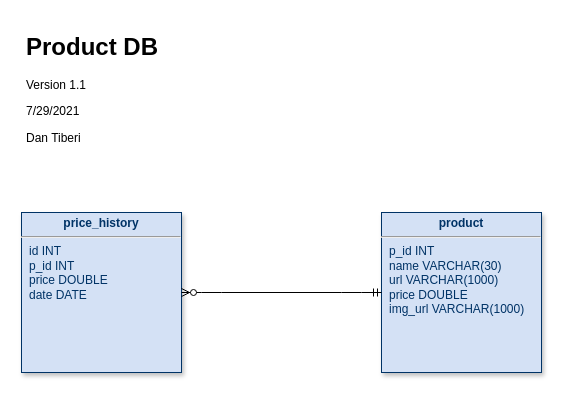
Above: ProductDBDiagram.drawio in dantiberi/SWR (draw.io), before the change. Source tidied: cells renumbered, new cells numbered last; positions are measured from the earlier drawing's top-left corner, leaving out a move shared by most shapes. Both pictures are drawn from the tidied source at 100%, with x=0, y=0 at pixel (21, 27).
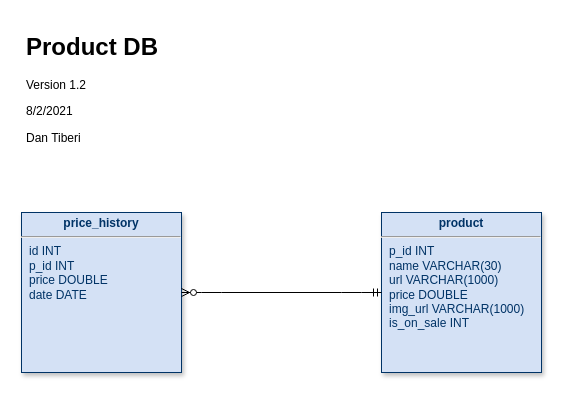
After the change.

The edit, as a diff of the source:
```diff
@@
 <mxGraphModel>
   <root>
     <mxCell id="0" />
     <mxCell id="1" parent="0" />
-    <mxCell id="2" value="&lt;p style=&quot;margin: 4px 0px 0px ; text-align: center&quot;&gt;&lt;b&gt;product&lt;/b&gt;&lt;/p&gt;&lt;hr&gt;&lt;p style=&quot;margin: 0px ; margin-left: 8px&quot;&gt;p_id INT&lt;/p&gt;&lt;p style=&quot;margin: 0px ; margin-left: 8px&quot;&gt;name VARCHAR(30)&lt;/p&gt;&lt;p style=&quot;margin: 0px ; margin-left: 8px&quot;&gt;url VARCHAR(1000)&lt;/p&gt;&lt;p style=&quot;margin: 0px ; margin-left: 8px&quot;&gt;price DOUBLE&lt;/p&gt;&lt;p style=&quot;margin: 0px ; margin-left: 8px&quot;&gt;img_url VARCHAR(1000)&lt;/p&gt;" style="verticalAlign=top;align=left;overflow=fill;fontSize=12;fontFamily=Helvetica;html=1;strokeColor=#003366;shadow=1;fillColor=#D4E1F5;fontColor=#003366;" parent="1" vertex="1">
+    <mxCell id="2" value="&lt;p style=&quot;margin: 4px 0px 0px ; text-align: center&quot;&gt;&lt;b&gt;product&lt;/b&gt;&lt;/p&gt;&lt;hr&gt;&lt;p style=&quot;margin: 0px ; margin-left: 8px&quot;&gt;p_id INT&lt;/p&gt;&lt;p style=&quot;margin: 0px ; margin-left: 8px&quot;&gt;name VARCHAR(30)&lt;/p&gt;&lt;p style=&quot;margin: 0px ; margin-left: 8px&quot;&gt;url VARCHAR(1000)&lt;/p&gt;&lt;p style=&quot;margin: 0px ; margin-left: 8px&quot;&gt;price DOUBLE&lt;/p&gt;&lt;p style=&quot;margin: 0px ; margin-left: 8px&quot;&gt;img_url VARCHAR(1000)&lt;/p&gt;&lt;p style=&quot;margin: 0px ; margin-left: 8px&quot;&gt;is_on_sale INT&lt;/p&gt;" style="verticalAlign=top;align=left;overflow=fill;fontSize=12;fontFamily=Helvetica;html=1;strokeColor=#003366;shadow=1;fillColor=#D4E1F5;fontColor=#003366;" parent="1" vertex="1">
       <mxGeometry x="360" y="185" width="160" height="160" as="geometry" />
     </mxCell>
     <mxCell id="3" value="&lt;p style=&quot;margin: 4px 0px 0px ; text-align: center&quot;&gt;&lt;b&gt;price_history&lt;/b&gt;&lt;/p&gt;&lt;hr&gt;&lt;p style=&quot;margin: 0px ; margin-left: 8px&quot;&gt;id INT&lt;/p&gt;&lt;p style=&quot;margin: 0px ; margin-left: 8px&quot;&gt;p_id INT&lt;/p&gt;&lt;p style=&quot;margin: 0px ; margin-left: 8px&quot;&gt;price DOUBLE&lt;/p&gt;&lt;p style=&quot;margin: 0px ; margin-left: 8px&quot;&gt;date DATE&lt;/p&gt;&lt;p style=&quot;margin: 0px ; margin-left: 8px&quot;&gt;&lt;br&gt;&lt;/p&gt;" style="verticalAlign=top;align=left;overflow=fill;fontSize=12;fontFamily=Helvetica;html=1;strokeColor=#003366;shadow=1;fillColor=#D4E1F5;fontColor=#003366;" parent="1" vertex="1">
       <mxGeometry y="185" width="160" height="160" as="geometry" />
     </mxCell>
     <mxCell id="4" style="edgeStyle=entityRelationEdgeStyle;fontSize=12;html=1;endArrow=ERzeroToMany;startArrow=ERmandOne;exitX=0;exitY=0.5;exitDx=0;exitDy=0;entryX=1;entryY=0.5;entryDx=0;entryDy=0;" parent="1" edge="1" source="2" target="3">
       <mxGeometry relative="1" as="geometry" />
     </mxCell>
-    <mxCell id="5" value="&lt;h1&gt;Product DB&lt;/h1&gt;&lt;p&gt;Version 1.1&lt;/p&gt;&lt;p&gt;7/29/2021&lt;/p&gt;&lt;p&gt;Dan Tiberi&lt;/p&gt;" style="text;html=1;strokeColor=none;fillColor=none;spacing=5;spacingTop=-20;whiteSpace=wrap;overflow=hidden;rounded=0;" parent="1" vertex="1">
+    <mxCell id="5" value="&lt;h1&gt;Product DB&lt;/h1&gt;&lt;p&gt;Version 1.2&lt;/p&gt;&lt;p&gt;8/2/2021&lt;/p&gt;&lt;p&gt;Dan Tiberi&lt;/p&gt;" style="text;html=1;strokeColor=none;fillColor=none;spacing=5;spacingTop=-20;whiteSpace=wrap;overflow=hidden;rounded=0;" parent="1" vertex="1">
       <mxGeometry width="190" height="120" as="geometry" />
     </mxCell>
   </root>
 </mxGraphModel>
```
